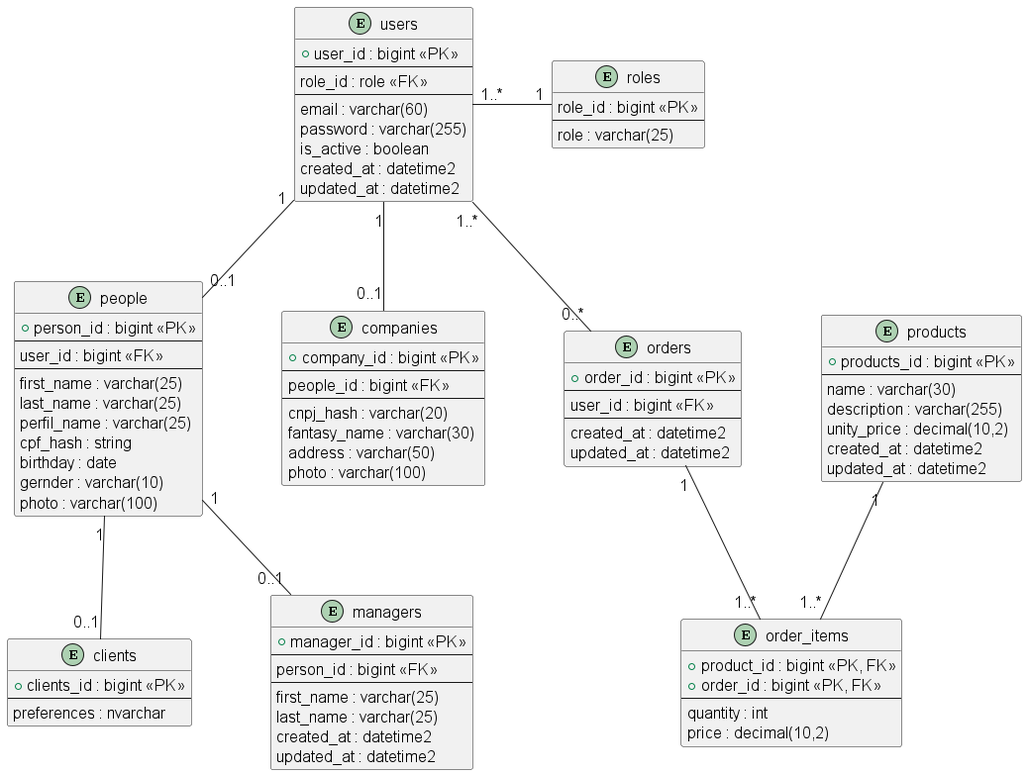
The PlantUML diagram out/plantuml/db/Data base.png in ArturLombardi/sorveteria, before a commit.
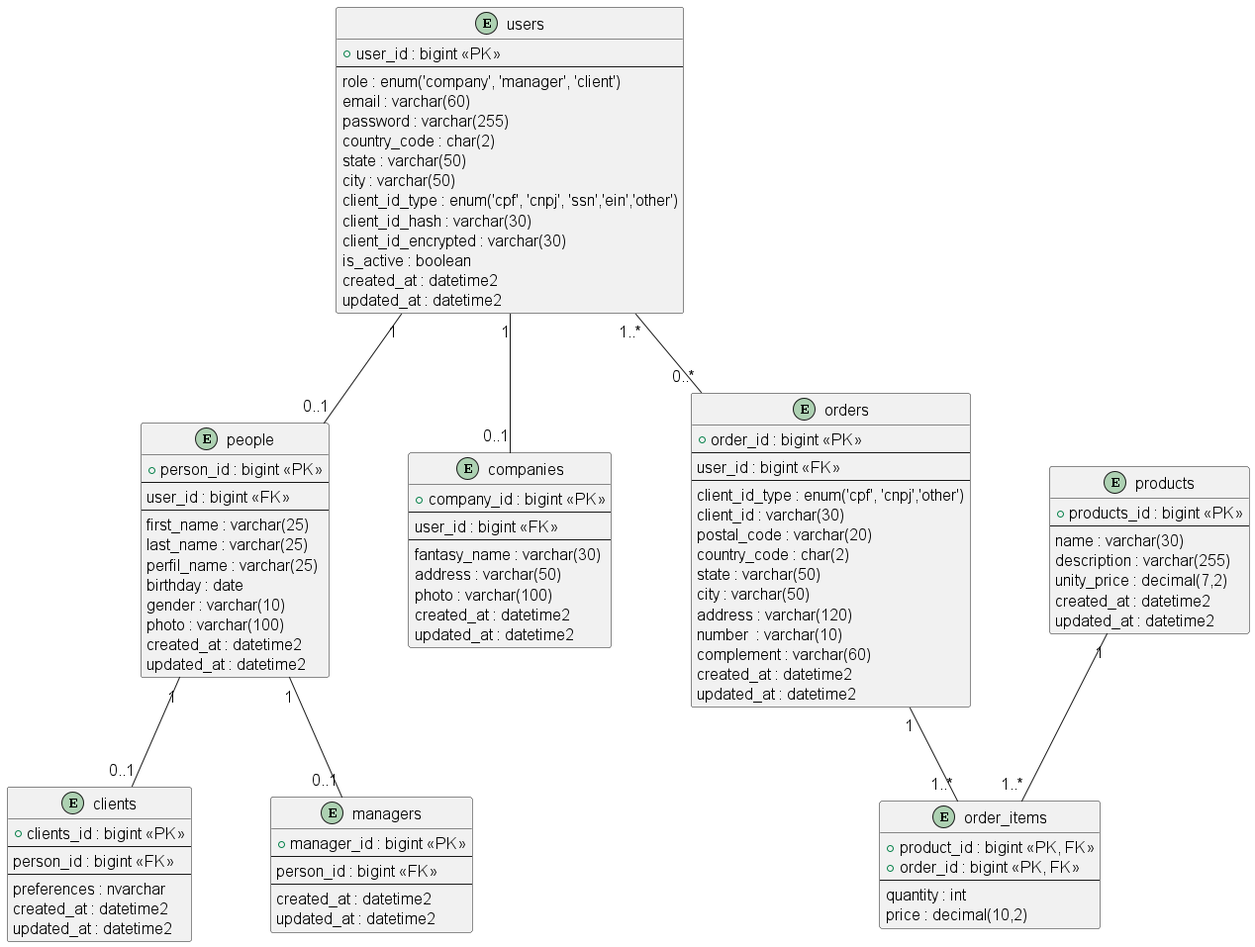
After the commit.

Diff of the diagram source:
```diff
@@ -5,19 +5,18 @@
 skinparam defaultFontSize 16
 
 
-entity roles {
-    role_id : bigint <<PK>>
-    --
-    role : varchar(25)
-}
-
 entity users {
     +user_id : bigint <<PK>>
     --
-    role_id : role <<FK>>
-    --
+    role : enum('company', 'manager', 'client')
     email : varchar(60)
     password : varchar(255)
+    country_code : char(2)
+    state : varchar(50)
+    city : varchar(50)
+    client_id_type : enum('cpf', 'cnpj', 'ssn','ein','other')
+    client_id_hash : varchar(30)
+    client_id_encrypted : varchar(30)
     is_active : boolean
     created_at : datetime2
     updated_at : datetime2
@@ -30,42 +29,46 @@
     first_name : varchar(25)
     last_name : varchar(25)
     perfil_name : varchar(25)
-    cpf_hash : string
     birthday : date
-    gernder : varchar(10)
+    gender : varchar(10)
     photo : varchar(100)
+    created_at : datetime2
+    updated_at : datetime2
 }
 entity clients {
     +clients_id : bigint <<PK>>
     --
+    person_id : bigint <<FK>>
+    --
     preferences : nvarchar
+    created_at : datetime2
+    updated_at : datetime2
 }
 entity managers {
     +manager_id : bigint <<PK>>
     --
     person_id : bigint <<FK>>
     --
-    first_name : varchar(25)
-    last_name : varchar(25)
     created_at : datetime2
     updated_at : datetime2
 }
 entity companies {
     +company_id : bigint <<PK>>
     --
-    people_id : bigint <<FK>>
+    user_id : bigint <<FK>>
     --
-    cnpj_hash : varchar(20)
     fantasy_name : varchar(30)
     address : varchar(50)
     photo : varchar(100)
+    created_at : datetime2
+    updated_at : datetime2
 }
 entity products {
     +products_id : bigint <<PK>>
     --
     name : varchar(30)
     description : varchar(255)
-    unity_price : decimal(10,2)
+    unity_price : decimal(7,2)
     created_at : datetime2
     updated_at : datetime2
 }
@@ -81,11 +84,20 @@
     --
     user_id : bigint <<FK>>
     --
+    client_id_type : enum('cpf', 'cnpj','other')
+    client_id : varchar(30)
+    postal_code : varchar(20)
+    country_code : char(2)
+    state : varchar(50)
+    city : varchar(50)
+    address : varchar(120)
+    number  : varchar(10)
+    complement : varchar(60)
     created_at : datetime2
     updated_at : datetime2
 }
 
-users "1..*"-"1" roles
+
 
 users  "1"--"0..1" people
 users  "1"--"0..1" companies
```
